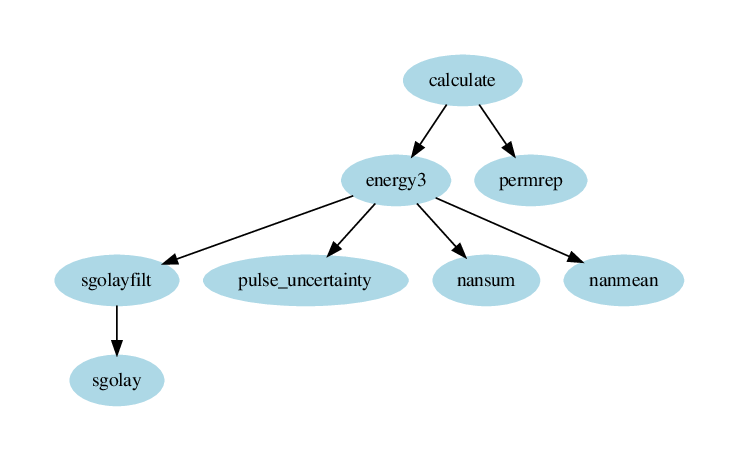
KaeroDot/myrails-braking-energy keeps this Graphviz diagram as doc/calculate_dependency.png. Above is the earlier version. Its source is kept beside it as doc/calculate_dependency.dot.
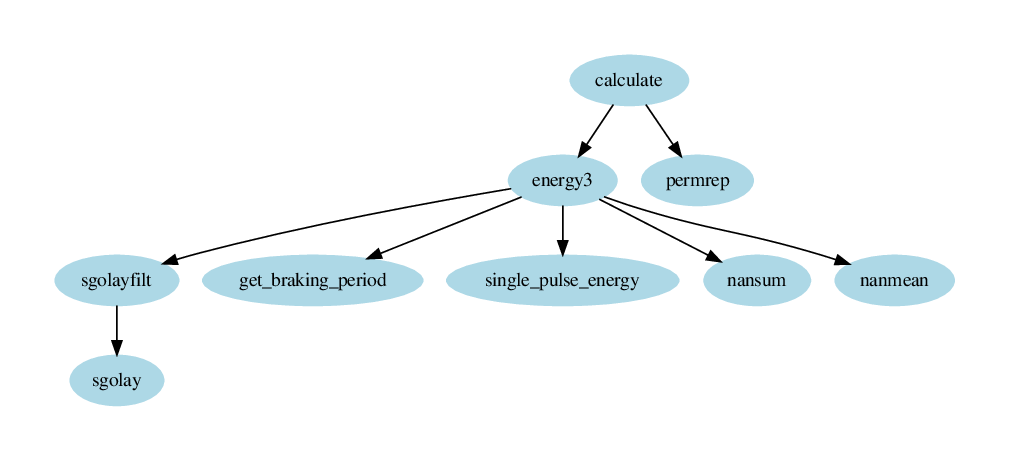
The same file after the commit.

Commit message:
chng: pulse energy into subfunction, added correction tables based on the INRIM method

Diff of the diagram source:
```diff
@@ -5,14 +5,16 @@
 "calculate" [color=lightblue, style=filled];
 "energy3" [color=lightblue, style=filled];
 "sgolayfilt" [color=lightblue, style=filled];
-"pulse_uncertainty" [color=lightblue, style=filled];
+"get_braking_period" [color=lightblue, style=filled];
+"single_pulse_energy" [color=lightblue, style=filled];
 "nansum" [color=lightblue, style=filled];
 "nanmean" [color=lightblue, style=filled];
 "sgolay" [color=lightblue, style=filled];
 "permrep" [color=lightblue, style=filled];
 /* end of shape definitions */
 "calculate" -> "energy3" ;
-"energy3" -> "pulse_uncertainty" ;
+"energy3" -> "get_braking_period" ;
+"energy3" -> "single_pulse_energy" ;
 "energy3" -> "nansum" ;
 "energy3" -> "nanmean" ;
 "energy3" -> "sgolayfilt" ;
```
